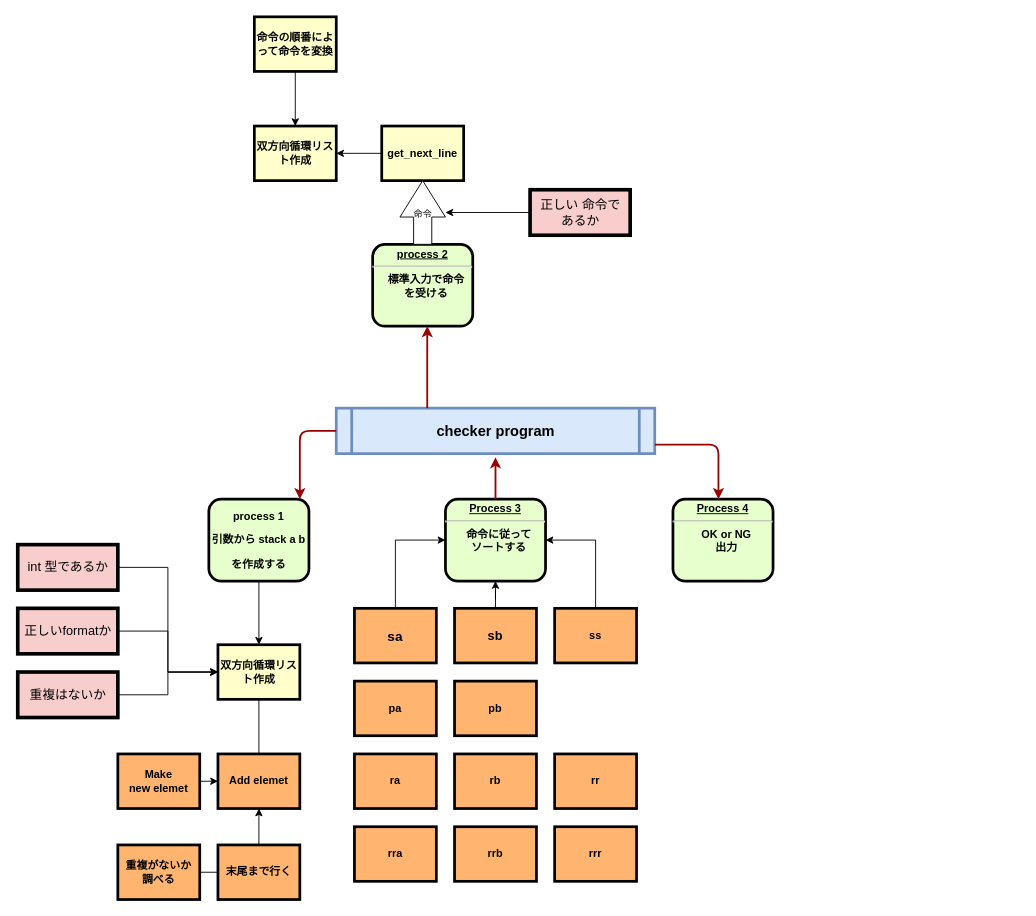
public-jun/42_push_swap keeps this draw.io diagram as page "Page-1" (1 of 2) of push_swap.drawio. Above is the earlier version. Source tidied: cells renumbered, new cells numbered last; positions are measured from the earlier drawing's top-left corner, leaving out a move shared by most shapes. Both pictures are drawn from the tidied source at 91%, with x=0, y=0 at pixel (17, 16).
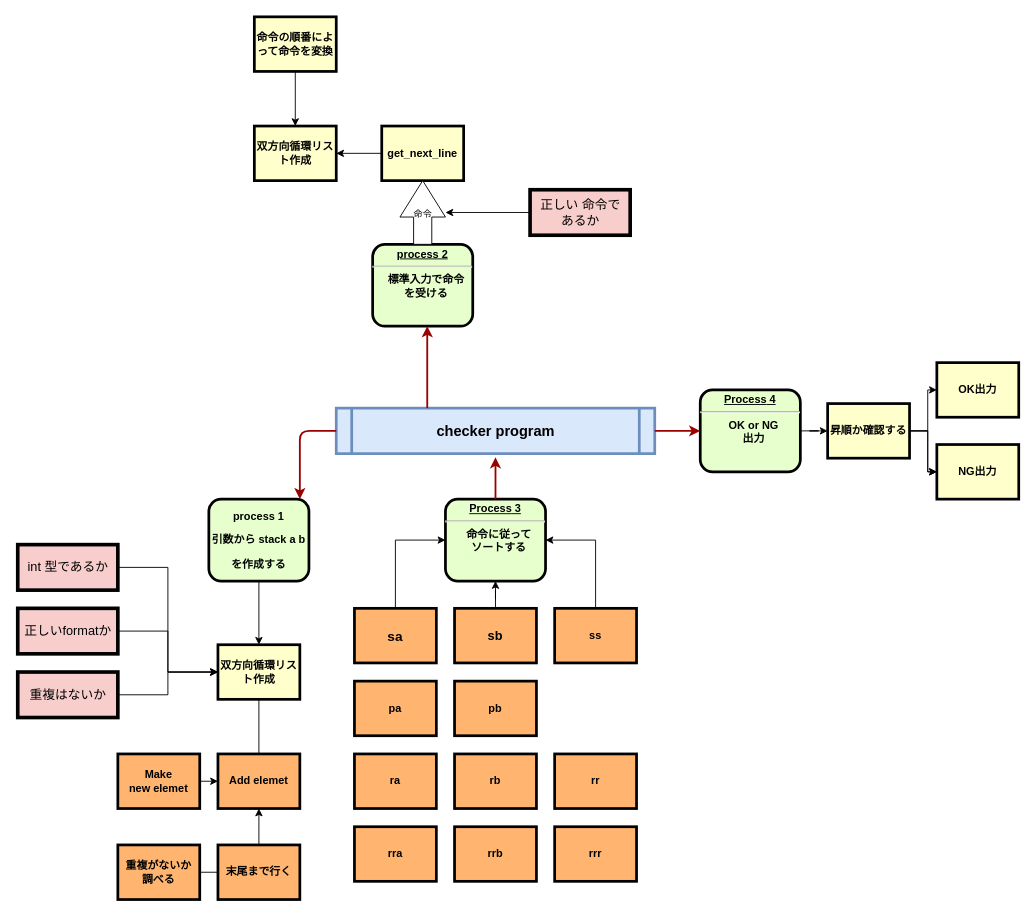
Above is the later version.

The edit, as a diff of the source:
```diff
@@
+    <mxCell id="49" style="edgeStyle=orthogonalEdgeStyle;rounded=0;jettySize=auto;html=1;" parent="1" edge="1" source="6" target="53">
+      <mxGeometry relative="1" as="geometry" />
+    </mxCell>
     <mxCell id="6" value="&lt;p style=&quot;margin: 0px ; margin-top: 4px ; text-align: center ; text-decoration: underline&quot;&gt;&lt;strong&gt;&lt;strong&gt;Process&lt;/strong&gt;&amp;nbsp;4&lt;br&gt;&lt;/strong&gt;&lt;/p&gt;&lt;hr&gt;&lt;p style=&quot;margin: 0px ; margin-left: 8px&quot;&gt;OK or NG&lt;/p&gt;&lt;p style=&quot;margin: 0px ; margin-left: 8px&quot;&gt;出力&lt;/p&gt;" style="verticalAlign=middle;align=center;overflow=fill;fontSize=12;fontFamily=Helvetica;html=1;rounded=1;fontStyle=1;strokeWidth=3;fillColor=#E6FFCC;" parent="1" vertex="1">
-      <mxGeometry x="720" y="530" width="110" height="90" as="geometry" />
+      <mxGeometry x="750" y="410" width="110" height="90" as="geometry" />
     </mxCell>
@@
+    <mxCell id="50" style="edgeStyle=orthogonalEdgeStyle;rounded=0;jettySize=auto;html=1;" parent="1" edge="1" source="53" target="55">
+      <mxGeometry relative="1" as="geometry" />
+    </mxCell>
+    <mxCell id="51" style="edgeStyle=orthogonalEdgeStyle;rounded=0;jettySize=auto;html=1;" parent="1" edge="1" source="53" target="55">
+      <mxGeometry relative="1" as="geometry" />
+    </mxCell>
+    <mxCell id="52" style="edgeStyle=orthogonalEdgeStyle;rounded=0;jettySize=auto;html=1;entryX=0;entryY=0.5;entryDx=0;entryDy=0;" parent="1" edge="1" source="53" target="54">
+      <mxGeometry relative="1" as="geometry" />
+    </mxCell>
+    <mxCell id="53" value="昇順か確認する" style="whiteSpace=wrap;align=center;verticalAlign=middle;fontStyle=1;strokeWidth=3;fillColor=#FFFFCC;" parent="1" vertex="1">
+      <mxGeometry x="890" y="425" width="90" height="60" as="geometry" />
+    </mxCell>
+    <mxCell id="54" value="OK出力" style="whiteSpace=wrap;align=center;verticalAlign=middle;fontStyle=1;strokeWidth=3;fillColor=#FFFFCC;" parent="1" vertex="1">
+      <mxGeometry x="1010" y="380" width="90" height="60" as="geometry" />
+    </mxCell>
+    <mxCell id="55" value="NG出力" style="whiteSpace=wrap;align=center;verticalAlign=middle;fontStyle=1;strokeWidth=3;fillColor=#FFFFCC;" parent="1" vertex="1">
+      <mxGeometry x="1010" y="470" width="90" height="60" as="geometry" />
+    </mxCell>
```
